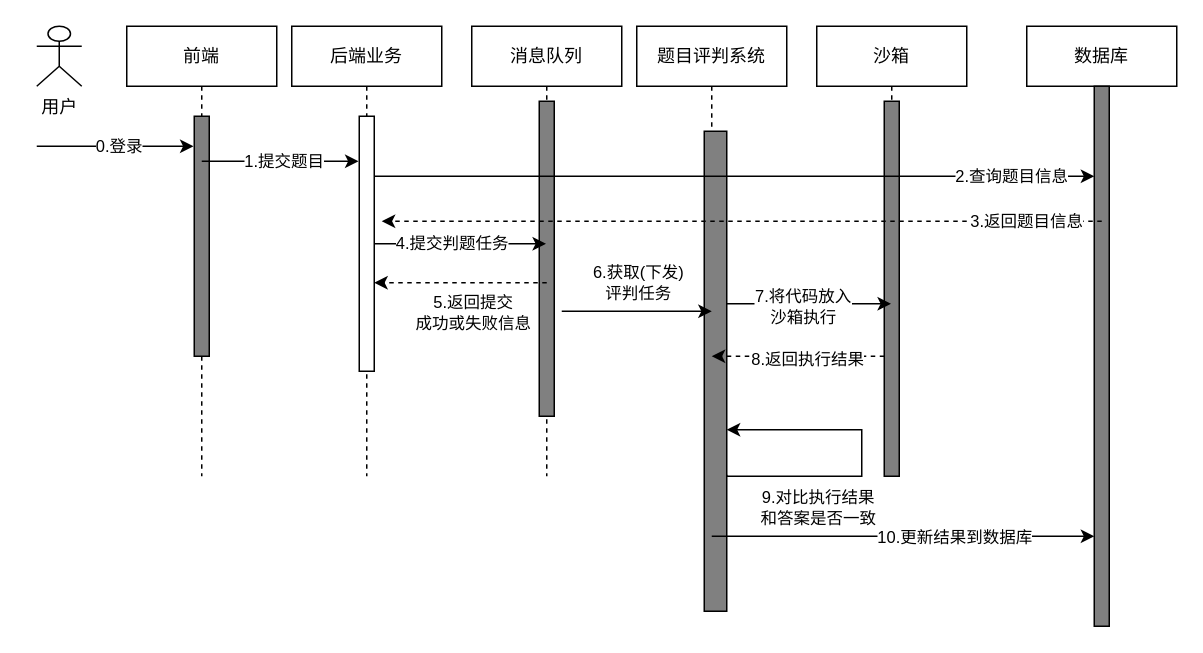
Before: test.drawio in shilinx759/diagram, a draw.io diagram. Source tidied: cells renumbered, new cells numbered last; positions are measured from the earlier drawing's top-left corner, leaving out a move shared by most shapes. Both pictures are drawn from the tidied source at 150%, with x=0, y=0 at pixel (36, 26).
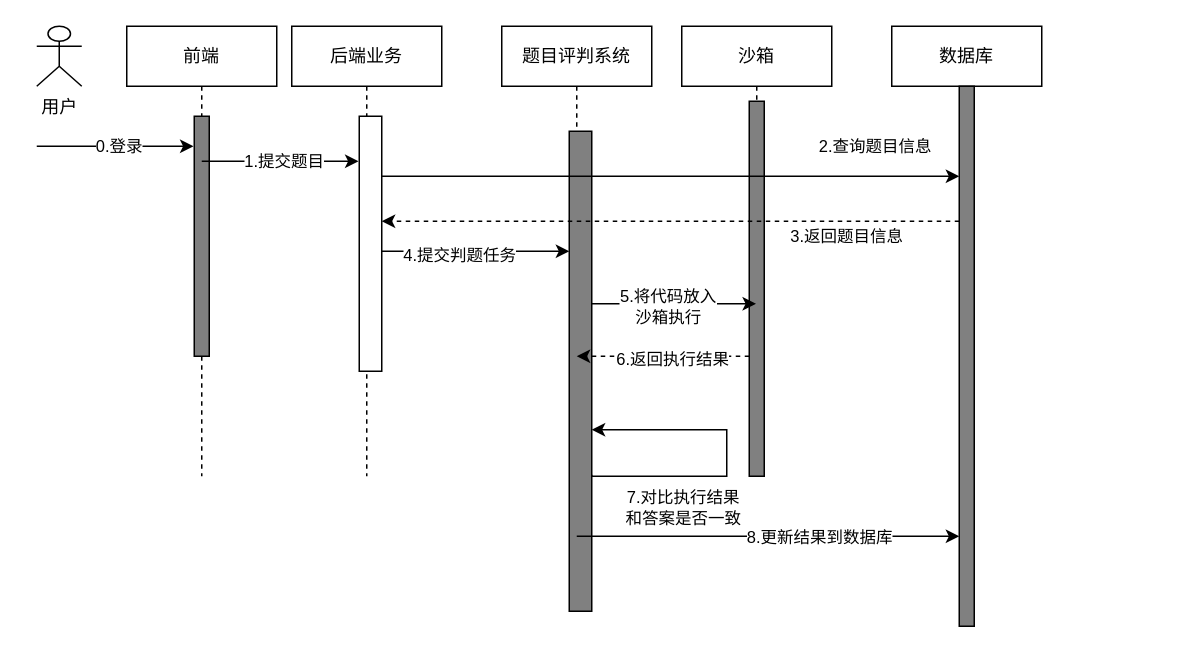
The same page after the edit.

Unchanged cells that the change refers to:
```xml
<mxCell id="4" value="后端业务" style="shape=umlLifeline;perimeter=lifelinePerimeter;whiteSpace=wrap;html=1;newEdgeStyle={&quot;edgeStyle&quot;:&quot;elbowEdgeStyle&quot;,&quot;elbow&quot;:&quot;vertical&quot;,&quot;curved&quot;:0,&quot;rounded&quot;:0};" parent="1" vertex="1">
  <mxGeometry x="170" width="100" height="300" as="geometry" />
</mxCell>
<mxCell id="8" style="html=1;points=[];perimeter=orthogonalPerimeter;outlineConnect=0;targetShapes=umlLifeline;portConstraint=eastwest;newEdgeStyle={&quot;edgeStyle&quot;:&quot;elbowEdgeStyle&quot;,&quot;elbow&quot;:&quot;vertical&quot;,&quot;curved&quot;:0,&quot;rounded&quot;:0};fillColor=#808080;" parent="7" vertex="1">
  <mxGeometry x="45" y="70" width="15" height="320" as="geometry" />
</mxCell>
<mxCell id="12" style="html=1;points=[];perimeter=orthogonalPerimeter;outlineConnect=0;targetShapes=umlLifeline;portConstraint=eastwest;newEdgeStyle={&quot;edgeStyle&quot;:&quot;elbowEdgeStyle&quot;,&quot;elbow&quot;:&quot;vertical&quot;,&quot;curved&quot;:0,&quot;rounded&quot;:0};fillColor=#808080;" parent="11" vertex="1">
  <mxGeometry x="45" y="40" width="10" height="360" as="geometry" />
</mxCell>
<mxCell id="25" style="edgeStyle=elbowEdgeStyle;rounded=0;jettySize=auto;html=1;elbow=vertical;curved=0;" parent="1" edge="1" source="8" target="9">
  <mxGeometry relative="1" as="geometry" />
</mxCell>
```

Diff of the diagram source:
```diff
@@
-    <mxCell id="2" value="消息队列" style="shape=umlLifeline;perimeter=lifelinePerimeter;whiteSpace=wrap;html=1;outlineConnect=0;portConstraint=eastwest;newEdgeStyle={&quot;edgeStyle&quot;:&quot;elbowEdgeStyle&quot;,&quot;elbow&quot;:&quot;vertical&quot;,&quot;curved&quot;:0,&quot;rounded&quot;:0};" parent="1" vertex="1">
-      <mxGeometry x="290" width="100" height="300" as="geometry" />
-    </mxCell>
-    <mxCell id="3" style="html=1;perimeter=orthogonalPerimeter;targetShapes=umlLifeline;newEdgeStyle={&quot;edgeStyle&quot;:&quot;elbowEdgeStyle&quot;,&quot;elbow&quot;:&quot;vertical&quot;,&quot;curved&quot;:0,&quot;rounded&quot;:0};fillColor=#808080;" parent="2" vertex="1">
-      <mxGeometry x="45" y="50" width="10" height="210" as="geometry" />
-    </mxCell>
@@
     <mxCell id="5" style="html=1;points=[];perimeter=orthogonalPerimeter;outlineConnect=0;targetShapes=umlLifeline;portConstraint=eastwest;newEdgeStyle={&quot;edgeStyle&quot;:&quot;elbowEdgeStyle&quot;,&quot;elbow&quot;:&quot;vertical&quot;,&quot;curved&quot;:0,&quot;rounded&quot;:0};" parent="4" vertex="1">
-      <mxGeometry x="45" y="60" width="10" height="170" as="geometry" />
+      <mxGeometry x="45" y="60" width="15" height="170" as="geometry" />
     </mxCell>
@@
     <mxCell id="7" value="题目评判系统" style="shape=umlLifeline;perimeter=lifelinePerimeter;whiteSpace=wrap;html=1;newEdgeStyle={&quot;edgeStyle&quot;:&quot;elbowEdgeStyle&quot;,&quot;elbow&quot;:&quot;vertical&quot;,&quot;curved&quot;:0,&quot;rounded&quot;:0};" parent="1" vertex="1">
-      <mxGeometry x="400" width="100" height="390" as="geometry" />
+      <mxGeometry x="310" width="100" height="390" as="geometry" />
     </mxCell>
@@
     <mxCell id="9" value="沙箱" style="shape=umlLifeline;perimeter=lifelinePerimeter;whiteSpace=wrap;html=1;outlineConnect=0;portConstraint=eastwest;newEdgeStyle={&quot;edgeStyle&quot;:&quot;elbowEdgeStyle&quot;,&quot;elbow&quot;:&quot;vertical&quot;,&quot;curved&quot;:0,&quot;rounded&quot;:0};" parent="1" vertex="1">
-      <mxGeometry x="520" width="100" height="300" as="geometry" />
+      <mxGeometry x="430" width="100" height="300" as="geometry" />
     </mxCell>
@@
     <mxCell id="11" value="数据库" style="shape=umlLifeline;perimeter=lifelinePerimeter;whiteSpace=wrap;html=1;newEdgeStyle={&quot;edgeStyle&quot;:&quot;elbowEdgeStyle&quot;,&quot;elbow&quot;:&quot;vertical&quot;,&quot;curved&quot;:0,&quot;rounded&quot;:0};" parent="1" vertex="1">
-      <mxGeometry x="660" width="100" height="400" as="geometry" />
+      <mxGeometry x="570" width="100" height="400" as="geometry" />
     </mxCell>
@@
     <mxCell id="16" value="2.查询题目信息" style="edgeStyle=elbowEdgeStyle;rounded=0;jettySize=auto;html=1;elbow=vertical;curved=0;" parent="1" edge="1" source="5" target="12">
-      <mxGeometry x="0.77" relative="1" as="geometry">
+      <mxGeometry x="0.71" y="20" relative="1" as="geometry">
         <Array as="points">
           <mxPoint x="550" y="100" />
         </Array>
       </mxGeometry>
     </mxCell>
-    <mxCell id="17" value="3.返回题目信息" style="edgeStyle=elbowEdgeStyle;rounded=0;orthogonalLoop=1;jettySize=auto;html=1;elbow=vertical;curved=0;dashed=1;" parent="1" edge="1">
-      <mxGeometry x="-0.79" relative="1" as="geometry">
-        <mxPoint x="710" y="130" as="sourcePoint" />
+    <mxCell id="17" value="3.返回题目信息" style="edgeStyle=elbowEdgeStyle;rounded=0;jettySize=auto;html=1;elbow=vertical;curved=0;dashed=1;" parent="1" edge="1" source="12">
+      <mxGeometry x="-0.61" y="10" relative="1" as="geometry">
         <mxPoint x="230" y="130" as="targetPoint" />
       </mxGeometry>
     </mxCell>
@@
-    <mxCell id="19" style="edgeStyle=elbowEdgeStyle;rounded=0;jettySize=auto;html=1;elbow=vertical;curved=0;" parent="1" edge="1" source="5" target="2">
-      <mxGeometry relative="1" as="geometry" />
-    </mxCell>
-    <mxCell id="20" value="4.提交判题任务" style="edgeLabel;html=1;align=center;verticalAlign=middle;" parent="19" vertex="1">
-      <mxGeometry x="-0.11" y="1" relative="1" as="geometry" />
-    </mxCell>
-    <mxCell id="21" style="edgeStyle=elbowEdgeStyle;rounded=0;orthogonalLoop=1;jettySize=auto;html=1;elbow=vertical;curved=0;dashed=1;" parent="1" edge="1">
-      <mxGeometry relative="1" as="geometry">
-        <mxPoint x="340" y="171" as="sourcePoint" />
-        <mxPoint x="225" y="171" as="targetPoint" />
-      </mxGeometry>
-    </mxCell>
-    <mxCell id="22" value="5.返回提交&lt;br&gt;成功或失败信息" style="edgeLabel;html=1;align=center;verticalAlign=middle;" parent="21" vertex="1">
-      <mxGeometry x="-0.11" y="1" relative="1" as="geometry">
-        <mxPoint x="1" y="18" as="offset" />
-      </mxGeometry>
-    </mxCell>
-    <mxCell id="23" style="edgeStyle=elbowEdgeStyle;rounded=0;orthogonalLoop=1;jettySize=auto;html=1;elbow=horizontal;curved=0;" parent="1" edge="1">
-      <mxGeometry relative="1" as="geometry">
-        <mxPoint x="350" y="190" as="sourcePoint" />
-        <mxPoint x="450" y="190" as="targetPoint" />
-      </mxGeometry>
-    </mxCell>
-    <mxCell id="24" value="6.获取(下发)&lt;br&gt;评判任务" style="edgeLabel;html=1;align=center;verticalAlign=middle;" parent="23" vertex="1">
-      <mxGeometry x="0.18" y="1" relative="1" as="geometry">
-        <mxPoint x="-9" y="-19" as="offset" />
-      </mxGeometry>
-    </mxCell>
@@
-    <mxCell id="26" value="7.将代码放入&lt;br&gt;沙箱执行" style="edgeLabel;html=1;align=center;verticalAlign=middle;" parent="25" vertex="1">
+    <mxCell id="26" value="5.将代码放入&lt;br&gt;沙箱执行" style="edgeLabel;html=1;align=center;verticalAlign=middle;" parent="25" vertex="1">
       <mxGeometry x="-0.09" relative="1" as="geometry">
         <mxPoint y="1" as="offset" />
       </mxGeometry>
     </mxCell>
     <mxCell id="27" style="edgeStyle=elbowEdgeStyle;rounded=0;orthogonalLoop=1;jettySize=auto;html=1;elbow=vertical;curved=0;dashed=1;" parent="1" edge="1">
       <mxGeometry relative="1" as="geometry">
-        <mxPoint x="565" y="220" as="sourcePoint" />
-        <mxPoint x="450" y="220" as="targetPoint" />
+        <mxPoint x="475" y="220" as="sourcePoint" />
+        <mxPoint x="360" y="220" as="targetPoint" />
       </mxGeometry>
     </mxCell>
-    <mxCell id="28" value="8.返回执行结果" style="edgeLabel;html=1;align=center;verticalAlign=middle;" parent="27" vertex="1">
+    <mxCell id="28" value="6.返回执行结果" style="edgeLabel;html=1;align=center;verticalAlign=middle;" parent="27" vertex="1">
       <mxGeometry x="-0.09" relative="1" as="geometry">
         <mxPoint y="1" as="offset" />
       </mxGeometry>
     </mxCell>
     <mxCell id="29" style="edgeStyle=orthogonalEdgeStyle;rounded=0;jettySize=auto;html=1;elbow=vertical;" parent="1" edge="1" target="8">
       <mxGeometry relative="1" as="geometry">
-        <mxPoint x="460" y="299" as="sourcePoint" />
+        <mxPoint x="370" y="299" as="sourcePoint" />
         <Array as="points">
+          <mxPoint x="370" y="300" />
           <mxPoint x="460" y="300" />
-          <mxPoint x="550" y="300" />
-          <mxPoint x="550" y="269" />
+          <mxPoint x="460" y="269" />
         </Array>
       </mxGeometry>
     </mxCell>
-    <mxCell id="30" value="9.对比执行结果&lt;br&gt;和答案是否一致" style="edgeLabel;html=1;align=center;verticalAlign=middle;" parent="29" vertex="1">
+    <mxCell id="30" value="7.对比执行结果&lt;br&gt;和答案是否一致" style="edgeLabel;html=1;align=center;verticalAlign=middle;" parent="29" vertex="1">
       <mxGeometry x="0.56" y="-1" relative="1" as="geometry">
         <mxPoint x="13" y="52" as="offset" />
       </mxGeometry>
     </mxCell>
     <mxCell id="31" style="edgeStyle=elbowEdgeStyle;rounded=0;jettySize=auto;html=1;elbow=vertical;curved=0;" parent="1" edge="1" target="12">
       <mxGeometry relative="1" as="geometry">
-        <mxPoint x="450" y="340" as="sourcePoint" />
+        <mxPoint x="360" y="340" as="sourcePoint" />
       </mxGeometry>
     </mxCell>
-    <mxCell id="32" value="10.更新结果到数据库" style="edgeLabel;html=1;align=center;verticalAlign=middle;" parent="31" vertex="1">
+    <mxCell id="32" value="8.更新结果到数据库" style="edgeLabel;html=1;align=center;verticalAlign=middle;" parent="31" vertex="1">
       <mxGeometry x="0.26" relative="1" as="geometry" />
     </mxCell>
+    <mxCell id="33" style="edgeStyle=elbowEdgeStyle;rounded=0;jettySize=auto;html=1;elbow=vertical;curved=0;" parent="1" edge="1" source="5" target="8">
+      <mxGeometry relative="1" as="geometry" />
+    </mxCell>
+    <mxCell id="20" value="4.提交判题任务" style="edgeLabel;html=1;align=center;verticalAlign=middle;" parent="33" vertex="1">
+      <mxGeometry x="-0.18" y="-2" relative="1" as="geometry" />
+    </mxCell>
```
